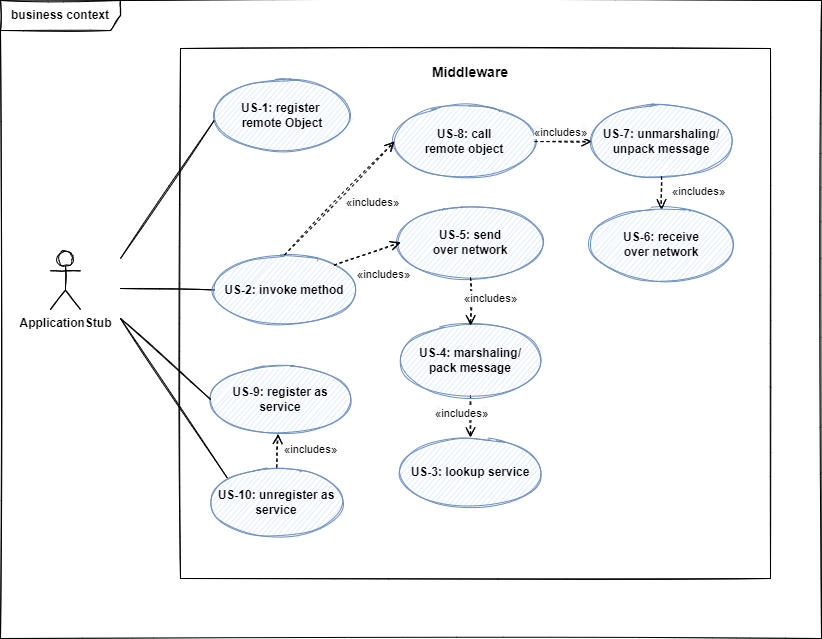
Earlier version of the draw.io export Dokumentation/Middleware/diagrams/scope_business.png (sckoenig/Distributed-Tron). Source tidied: cells renumbered, new cells last; positions are measured from the earlier drawing's top-left corner, leaving out a move shared by most shapes.
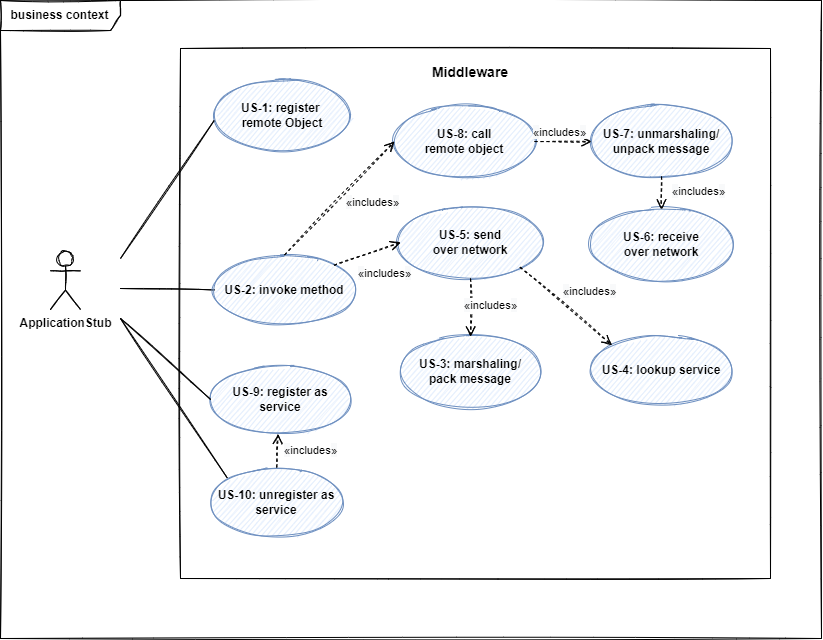
After the commit.

Diff of the diagram source:
```diff
@@ -37,67 +37,67 @@
     <mxCell id="10" value="&lt;b&gt;US-9: register as service&lt;br&gt;&lt;/b&gt;" style="ellipse;whiteSpace=wrap;html=1;sketch=1;fillColor=#dae8fc;strokeColor=#6c8ebf;" parent="1" vertex="1">
       <mxGeometry x="210.2" y="364" width="140" height="70" as="geometry" />
     </mxCell>
-    <mxCell id="11" value="&lt;b&gt;US-3: lookup service&lt;br&gt;&lt;/b&gt;" style="ellipse;whiteSpace=wrap;html=1;sketch=1;fillColor=#dae8fc;strokeColor=#6c8ebf;" parent="1" vertex="1">
-      <mxGeometry x="400" y="437" width="140" height="70" as="geometry" />
+    <mxCell id="11" value="&lt;b&gt;US-4: lookup service&lt;br&gt;&lt;/b&gt;" style="ellipse;whiteSpace=wrap;html=1;sketch=1;fillColor=#dae8fc;strokeColor=#6c8ebf;" parent="1" vertex="1">
+      <mxGeometry x="591" y="334.5" width="140" height="70" as="geometry" />
     </mxCell>
     <mxCell id="12" style="endArrow=none;endFill=0;endSize=12;html=1;rounded=0;entryX=0;entryY=0.5;entryDx=0;entryDy=0;sketch=1;" parent="1" edge="1" target="10">
       <mxGeometry relative="1" as="geometry">
         <mxPoint x="120" y="318" as="sourcePoint" />
       </mxGeometry>
     </mxCell>
-    <mxCell id="13" value="&lt;span style=&quot;font-size: 12px; background-color: rgb(248, 249, 250);&quot;&gt;«&lt;/span&gt;includes&lt;span style=&quot;font-size: 12px; background-color: rgb(248, 249, 250);&quot;&gt;»&lt;/span&gt;" style="html=1;verticalAlign=bottom;endArrow=open;dashed=1;endSize=8;rounded=0;sketch=1;entryX=0.5;entryY=0;entryDx=0;entryDy=0;exitX=0.5;exitY=1;exitDx=0;exitDy=0;" parent="1" edge="1" source="15" target="11">
-      <mxGeometry x="0.26" y="-10" relative="1" as="geometry">
-        <mxPoint x="1" as="offset" />
-      </mxGeometry>
+    <mxCell id="13" value="&lt;b&gt;US-7: unmarshaling/&lt;br&gt;unpack message&lt;/b&gt;&lt;b&gt;&lt;br&gt;&lt;/b&gt;" style="ellipse;whiteSpace=wrap;html=1;sketch=1;fillColor=#dae8fc;strokeColor=#6c8ebf;" parent="1" vertex="1">
+      <mxGeometry x="591" y="106" width="140" height="70" as="geometry" />
     </mxCell>
-    <mxCell id="14" value="&lt;b&gt;US-7: unmarshaling/&lt;br&gt;unpack message&lt;/b&gt;&lt;b&gt;&lt;br&gt;&lt;/b&gt;" style="ellipse;whiteSpace=wrap;html=1;sketch=1;fillColor=#dae8fc;strokeColor=#6c8ebf;" parent="1" vertex="1">
-      <mxGeometry x="591" y="106" width="140" height="70" as="geometry" />
+    <mxCell id="14" value="&lt;b&gt;US-3: marshaling/&lt;br&gt;pack message&lt;/b&gt;&lt;b&gt;&lt;br&gt;&lt;/b&gt;" style="ellipse;whiteSpace=wrap;html=1;sketch=1;fillColor=#dae8fc;strokeColor=#6c8ebf;" parent="1" vertex="1">
+      <mxGeometry x="400" y="336.1" width="140" height="70" as="geometry" />
     </mxCell>
-    <mxCell id="15" value="&lt;b&gt;US-4: marshaling/&lt;br&gt;pack message&lt;/b&gt;&lt;b&gt;&lt;br&gt;&lt;/b&gt;" style="ellipse;whiteSpace=wrap;html=1;sketch=1;fillColor=#dae8fc;strokeColor=#6c8ebf;" parent="1" vertex="1">
-      <mxGeometry x="400" y="325" width="140" height="70" as="geometry" />
+    <mxCell id="15" value="&lt;b&gt;US-5: send&lt;br&gt;over network&lt;br&gt;&lt;/b&gt;" style="ellipse;whiteSpace=wrap;html=1;sketch=1;fillColor=#dae8fc;strokeColor=#6c8ebf;" parent="1" vertex="1">
+      <mxGeometry x="400" y="207" width="140" height="70" as="geometry" />
     </mxCell>
-    <mxCell id="16" value="&lt;b&gt;US-5: send&lt;br&gt;over network&lt;br&gt;&lt;/b&gt;" style="ellipse;whiteSpace=wrap;html=1;sketch=1;fillColor=#dae8fc;strokeColor=#6c8ebf;" parent="1" vertex="1">
-      <mxGeometry x="400" y="207" width="140" height="70" as="geometry" />
+    <mxCell id="16" value="&lt;b&gt;US-8: call&lt;br&gt;remote object&lt;br&gt;&lt;/b&gt;" style="ellipse;whiteSpace=wrap;html=1;sketch=1;fillColor=#dae8fc;strokeColor=#6c8ebf;" parent="1" vertex="1">
+      <mxGeometry x="394" y="106" width="140" height="70" as="geometry" />
     </mxCell>
-    <mxCell id="17" value="&lt;b&gt;US-8: call&lt;br&gt;remote object&lt;br&gt;&lt;/b&gt;" style="ellipse;whiteSpace=wrap;html=1;sketch=1;fillColor=#dae8fc;strokeColor=#6c8ebf;" parent="1" vertex="1">
-      <mxGeometry x="394" y="106" width="140" height="70" as="geometry" />
+    <mxCell id="17" value="&lt;span style=&quot;font-size: 12px; background-color: rgb(248, 249, 250);&quot;&gt;«&lt;/span&gt;includes&lt;span style=&quot;font-size: 12px; background-color: rgb(248, 249, 250);&quot;&gt;»&lt;/span&gt;" style="html=1;verticalAlign=bottom;endArrow=open;dashed=1;endSize=8;rounded=0;exitX=1;exitY=0;exitDx=0;exitDy=0;sketch=1;entryX=0;entryY=0.5;entryDx=0;entryDy=0;" parent="1" edge="1" source="9" target="15">
+      <mxGeometry x="0.18" y="-33" relative="1" as="geometry" />
     </mxCell>
-    <mxCell id="18" value="&lt;span style=&quot;font-size: 12px; background-color: rgb(248, 249, 250);&quot;&gt;«&lt;/span&gt;includes&lt;span style=&quot;font-size: 12px; background-color: rgb(248, 249, 250);&quot;&gt;»&lt;/span&gt;" style="html=1;verticalAlign=bottom;endArrow=open;dashed=1;endSize=8;rounded=0;exitX=1;exitY=0;exitDx=0;exitDy=0;sketch=1;entryX=0;entryY=0.5;entryDx=0;entryDy=0;" parent="1" edge="1" source="9" target="16">
-      <mxGeometry x="0.18" y="-33" relative="1" as="geometry" />
+    <mxCell id="18" value="&lt;b&gt;US-10: unregister as service&lt;br&gt;&lt;/b&gt;" style="ellipse;whiteSpace=wrap;html=1;sketch=1;fillColor=#dae8fc;strokeColor=#6c8ebf;" parent="1" vertex="1">
+      <mxGeometry x="206.2" y="467" width="140" height="70" as="geometry" />
     </mxCell>
-    <mxCell id="19" value="&lt;b&gt;US-10: unregister as service&lt;br&gt;&lt;/b&gt;" style="ellipse;whiteSpace=wrap;html=1;sketch=1;fillColor=#dae8fc;strokeColor=#6c8ebf;" parent="1" vertex="1">
-      <mxGeometry x="206.2" y="467" width="140" height="70" as="geometry" />
+    <mxCell id="19" style="endArrow=none;endFill=0;endSize=12;html=1;rounded=0;sketch=1;entryX=0;entryY=0;entryDx=0;entryDy=0;" parent="1" edge="1" target="18">
+      <mxGeometry relative="1" as="geometry">
+        <mxPoint x="120" y="318" as="sourcePoint" />
+      </mxGeometry>
     </mxCell>
-    <mxCell id="20" style="endArrow=none;endFill=0;endSize=12;html=1;rounded=0;sketch=1;entryX=0;entryY=0;entryDx=0;entryDy=0;" parent="1" edge="1" target="19">
-      <mxGeometry relative="1" as="geometry">
-        <mxPoint x="120" y="318" as="sourcePoint" />
-      </mxGeometry>
+    <mxCell id="20" value="&lt;span style=&quot;font-size: 12px; background-color: rgb(248, 249, 250);&quot;&gt;«&lt;/span&gt;includes&lt;span style=&quot;font-size: 12px; background-color: rgb(248, 249, 250);&quot;&gt;»&lt;/span&gt;" style="html=1;verticalAlign=bottom;endArrow=open;dashed=1;endSize=8;rounded=0;exitX=0.5;exitY=0;exitDx=0;exitDy=0;sketch=1;entryX=0.482;entryY=0.991;entryDx=0;entryDy=0;entryPerimeter=0;" parent="1" edge="1" source="18" target="10">
+      <mxGeometry x="-0.41" y="-33" relative="1" as="geometry" />
     </mxCell>
-    <mxCell id="21" value="&lt;span style=&quot;font-size: 12px; background-color: rgb(248, 249, 250);&quot;&gt;«&lt;/span&gt;includes&lt;span style=&quot;font-size: 12px; background-color: rgb(248, 249, 250);&quot;&gt;»&lt;/span&gt;" style="html=1;verticalAlign=bottom;endArrow=open;dashed=1;endSize=8;rounded=0;exitX=0.5;exitY=0;exitDx=0;exitDy=0;sketch=1;entryX=0.482;entryY=0.991;entryDx=0;entryDy=0;entryPerimeter=0;" parent="1" edge="1" source="19" target="10">
-      <mxGeometry x="-0.41" y="-33" relative="1" as="geometry" />
+    <mxCell id="21" value="&lt;b&gt;US-1: register&amp;nbsp;&lt;br&gt;remote Object&lt;br&gt;&lt;/b&gt;" style="ellipse;whiteSpace=wrap;html=1;sketch=1;fillColor=#dae8fc;strokeColor=#6c8ebf;" parent="1" vertex="1">
+      <mxGeometry x="211.5" y="80" width="140" height="70" as="geometry" />
     </mxCell>
-    <mxCell id="22" value="&lt;b&gt;US-1: register&amp;nbsp;&lt;br&gt;remote Object&lt;br&gt;&lt;/b&gt;" style="ellipse;whiteSpace=wrap;html=1;sketch=1;fillColor=#dae8fc;strokeColor=#6c8ebf;" parent="1" vertex="1">
-      <mxGeometry x="211.5" y="80" width="140" height="70" as="geometry" />
+    <mxCell id="22" style="endArrow=none;endFill=0;endSize=12;html=1;rounded=0;entryX=0.016;entryY=0.57;entryDx=0;entryDy=0;sketch=1;entryPerimeter=0;" parent="1" edge="1" target="21">
+      <mxGeometry relative="1" as="geometry">
+        <mxPoint x="120" y="258" as="sourcePoint" />
+      </mxGeometry>
     </mxCell>
-    <mxCell id="23" style="endArrow=none;endFill=0;endSize=12;html=1;rounded=0;entryX=0.016;entryY=0.57;entryDx=0;entryDy=0;sketch=1;entryPerimeter=0;" parent="1" edge="1" target="22">
-      <mxGeometry relative="1" as="geometry">
-        <mxPoint x="120" y="258" as="sourcePoint" />
-      </mxGeometry>
+    <mxCell id="23" value="&lt;span style=&quot;font-size: 12px; background-color: rgb(248, 249, 250);&quot;&gt;«&lt;/span&gt;includes&lt;span style=&quot;font-size: 12px; background-color: rgb(248, 249, 250);&quot;&gt;»&lt;/span&gt;" style="html=1;verticalAlign=bottom;endArrow=open;dashed=1;endSize=8;rounded=0;exitX=1;exitY=0.5;exitDx=0;exitDy=0;sketch=1;entryX=0;entryY=0.5;entryDx=0;entryDy=0;" parent="1" edge="1" source="16" target="13">
+      <mxGeometry x="-0.1" relative="1" as="geometry" />
     </mxCell>
-    <mxCell id="24" value="&lt;span style=&quot;font-size: 12px; background-color: rgb(248, 249, 250);&quot;&gt;«&lt;/span&gt;includes&lt;span style=&quot;font-size: 12px; background-color: rgb(248, 249, 250);&quot;&gt;»&lt;/span&gt;" style="html=1;verticalAlign=bottom;endArrow=open;dashed=1;endSize=8;rounded=0;exitX=1;exitY=0.5;exitDx=0;exitDy=0;sketch=1;entryX=0;entryY=0.5;entryDx=0;entryDy=0;" parent="1" edge="1" source="17" target="14">
-      <mxGeometry x="-0.1" relative="1" as="geometry" />
+    <mxCell id="24" value="&lt;b&gt;US-6: receive&lt;br&gt;over network&lt;br&gt;&lt;/b&gt;" style="ellipse;whiteSpace=wrap;html=1;sketch=1;fillColor=#dae8fc;strokeColor=#6c8ebf;" parent="1" vertex="1">
+      <mxGeometry x="591" y="209" width="140" height="70" as="geometry" />
     </mxCell>
-    <mxCell id="25" value="&lt;b&gt;US-6: receive&lt;br&gt;over network&lt;br&gt;&lt;/b&gt;" style="ellipse;whiteSpace=wrap;html=1;sketch=1;fillColor=#dae8fc;strokeColor=#6c8ebf;" parent="1" vertex="1">
-      <mxGeometry x="591" y="209" width="140" height="70" as="geometry" />
+    <mxCell id="25" value="&lt;span style=&quot;font-size: 12px; background-color: rgb(248, 249, 250);&quot;&gt;«&lt;/span&gt;includes&lt;span style=&quot;font-size: 12px; background-color: rgb(248, 249, 250);&quot;&gt;»&lt;/span&gt;" style="html=1;verticalAlign=bottom;endArrow=open;dashed=1;endSize=8;rounded=0;sketch=1;entryX=0.5;entryY=0;entryDx=0;entryDy=0;" parent="1" edge="1" target="14">
+      <mxGeometry x="0.24" y="20" relative="1" as="geometry">
+        <mxPoint x="470" y="278" as="sourcePoint" />
+      </mxGeometry>
     </mxCell>
-    <mxCell id="26" value="&lt;span style=&quot;font-size: 12px; background-color: rgb(248, 249, 250);&quot;&gt;«&lt;/span&gt;includes&lt;span style=&quot;font-size: 12px; background-color: rgb(248, 249, 250);&quot;&gt;»&lt;/span&gt;" style="html=1;verticalAlign=bottom;endArrow=open;dashed=1;endSize=8;rounded=0;exitX=0.5;exitY=1;exitDx=0;exitDy=0;sketch=1;entryX=0.5;entryY=0;entryDx=0;entryDy=0;" parent="1" edge="1" source="16" target="15">
-      <mxGeometry x="0.24" y="20" relative="1" as="geometry" />
+    <mxCell id="26" value="&lt;span style=&quot;font-size: 12px; background-color: rgb(248, 249, 250);&quot;&gt;«&lt;/span&gt;includes&lt;span style=&quot;font-size: 12px; background-color: rgb(248, 249, 250);&quot;&gt;»&lt;/span&gt;" style="html=1;verticalAlign=bottom;endArrow=open;dashed=1;endSize=8;rounded=0;sketch=1;entryX=0.5;entryY=0;entryDx=0;entryDy=0;exitX=0.5;exitY=1;exitDx=0;exitDy=0;" parent="1" edge="1" source="13" target="24">
+      <mxGeometry x="0.45" y="37" relative="1" as="geometry" />
     </mxCell>
-    <mxCell id="27" value="&lt;span style=&quot;font-size: 12px; background-color: rgb(248, 249, 250);&quot;&gt;«&lt;/span&gt;includes&lt;span style=&quot;font-size: 12px; background-color: rgb(248, 249, 250);&quot;&gt;»&lt;/span&gt;" style="html=1;verticalAlign=bottom;endArrow=open;dashed=1;endSize=8;rounded=0;sketch=1;entryX=0.5;entryY=0;entryDx=0;entryDy=0;exitX=0.5;exitY=1;exitDx=0;exitDy=0;" parent="1" edge="1" source="14" target="25">
-      <mxGeometry x="0.45" y="37" relative="1" as="geometry" />
+    <mxCell id="27" value="&lt;span style=&quot;font-size: 12px; background-color: rgb(248, 249, 250);&quot;&gt;«&lt;/span&gt;includes&lt;span style=&quot;font-size: 12px; background-color: rgb(248, 249, 250);&quot;&gt;»&lt;/span&gt;" style="html=1;verticalAlign=bottom;endArrow=open;dashed=1;endSize=8;rounded=0;exitX=0.5;exitY=0;exitDx=0;exitDy=0;sketch=1;entryX=0;entryY=0.5;entryDx=0;entryDy=0;" parent="1" edge="1" source="9" target="16">
+      <mxGeometry x="0.18" y="-33" relative="1" as="geometry" />
     </mxCell>
-    <mxCell id="28" value="&lt;span style=&quot;font-size: 12px; background-color: rgb(248, 249, 250);&quot;&gt;«&lt;/span&gt;includes&lt;span style=&quot;font-size: 12px; background-color: rgb(248, 249, 250);&quot;&gt;»&lt;/span&gt;" style="html=1;verticalAlign=bottom;endArrow=open;dashed=1;endSize=8;rounded=0;exitX=0.5;exitY=0;exitDx=0;exitDy=0;sketch=1;entryX=0;entryY=0.5;entryDx=0;entryDy=0;" parent="1" edge="1" source="9" target="17">
-      <mxGeometry x="0.18" y="-33" relative="1" as="geometry" />
+    <mxCell id="28" value="&lt;span style=&quot;font-size: 12px; background-color: rgb(248, 249, 250);&quot;&gt;«&lt;/span&gt;includes&lt;span style=&quot;font-size: 12px; background-color: rgb(248, 249, 250);&quot;&gt;»&lt;/span&gt;" style="html=1;verticalAlign=bottom;endArrow=open;dashed=1;endSize=8;rounded=0;exitX=1;exitY=1;exitDx=0;exitDy=0;sketch=1;entryX=0;entryY=0;entryDx=0;entryDy=0;" parent="1" edge="1" source="15" target="11">
+      <mxGeometry x="0.24" y="20" relative="1" as="geometry" />
     </mxCell>
   </root>
 </mxGraphModel>
```
